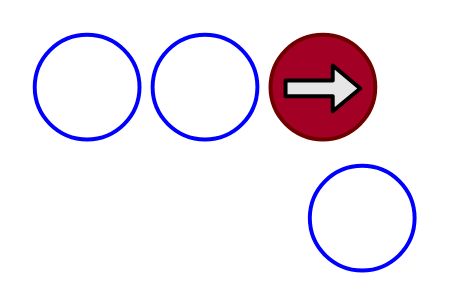
Above: StreetFighter6/images/m__6_.drawio in yamasdais/notebook (draw.io), before the change. Source tidied: cells renumbered, new cells numbered last; positions are measured from the earlier drawing's top-left corner, leaving out a move shared by most shapes. Both pictures are drawn from the tidied source at 131%, with x=0, y=0 at pixel (34, 34).
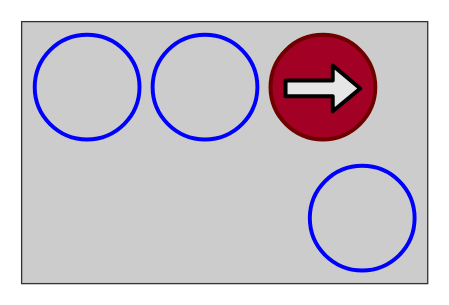
After the change.

Diff of the diagram source:
```diff
@@
 <mxGraphModel>
   <root>
     <mxCell id="0" />
     <mxCell id="1" parent="0" />
+    <mxCell id="8" style="rounded=0;whiteSpace=wrap;html=1;fillColor=#CCCCCC;strokeColor=#333333;" parent="1" vertex="1">
+      <mxGeometry x="-10" y="-10" width="310" height="200" as="geometry" />
+    </mxCell>
     <mxCell id="2" style="group;rotation=-180;" parent="1" vertex="1">
       <mxGeometry x="180" width="80" height="80" as="geometry" />
     </mxCell>
     <mxCell id="3" style="ellipse;whiteSpace=wrap;html=1;strokeWidth=3;fillColor=#a20025;fontColor=#ffffff;strokeColor=#6F0000;rotation=-180;" parent="2" vertex="1">
       <mxGeometry width="80" height="80" as="geometry" />
     </mxCell>
     <mxCell id="4" style="shape=flexArrow;endArrow=classic;html=1;strokeWidth=3;strokeColor=default;fillColor=#E6E6E6;" parent="2" edge="1">
       <mxGeometry relative="1" as="geometry">
         <mxPoint x="10" y="41" as="sourcePoint" />
         <mxPoint x="70" y="41" as="targetPoint" />
       </mxGeometry>
     </mxCell>
     <mxCell id="5" style="ellipse;whiteSpace=wrap;html=1;strokeWidth=3;fillColor=none;strokeColor=#0000FF;" parent="1" vertex="1">
       <mxGeometry width="80" height="80" as="geometry" />
     </mxCell>
     <mxCell id="6" style="ellipse;whiteSpace=wrap;html=1;strokeWidth=3;fillColor=none;strokeColor=#0000FF;" parent="1" vertex="1">
       <mxGeometry x="90" width="80" height="80" as="geometry" />
     </mxCell>
     <mxCell id="7" style="ellipse;whiteSpace=wrap;html=1;strokeWidth=3;fillColor=none;strokeColor=#0000FF;" parent="1" vertex="1">
       <mxGeometry x="210" y="100" width="80" height="80" as="geometry" />
     </mxCell>
   </root>
 </mxGraphModel>
```
